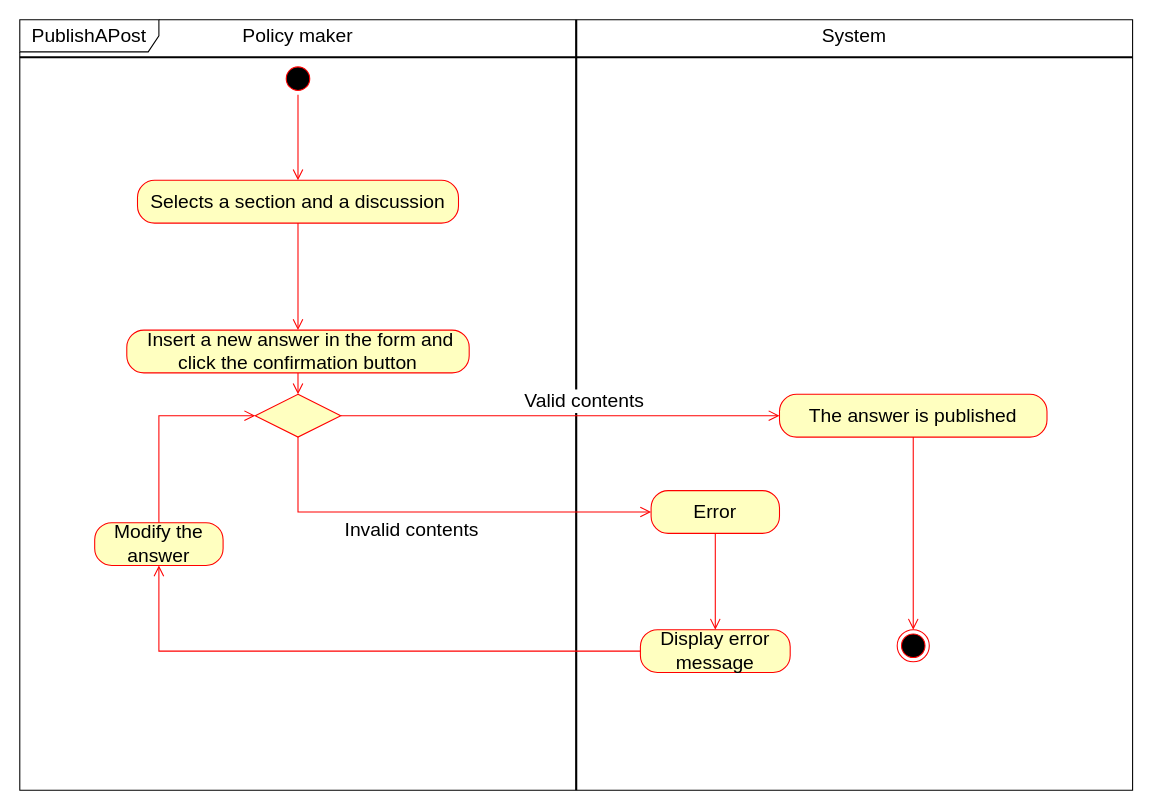
The draw.io diagram page "PublishAPost" (3 of 7) of Use cases diagram/PolicyMaker.drawio in matteovisotto/SE2-CecchettoSirianiVisotto, before the edit. Source tidied: cells renumbered, new cells numbered last; positions are measured from the earlier drawing's top-left corner, leaving out a move shared by most shapes. Both pictures are drawn from the tidied source at 107%, with x=0, y=0 at pixel (19, 19).
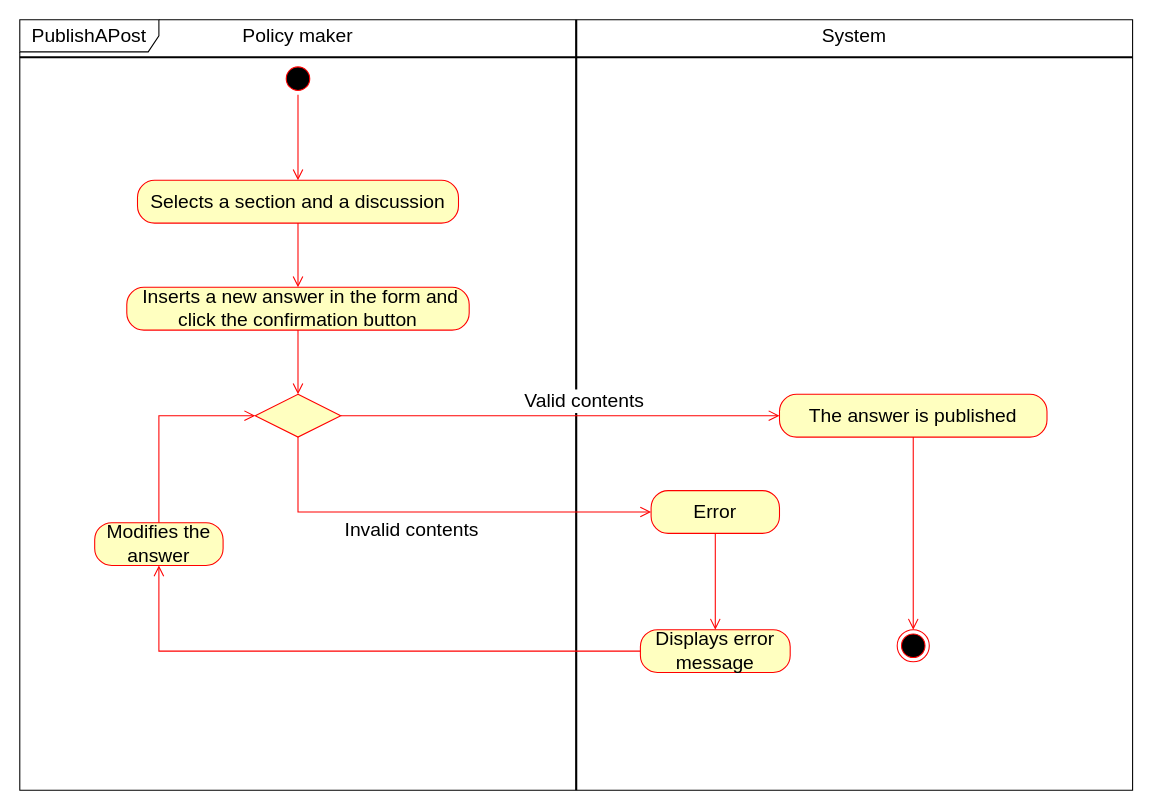
The same diagram, later.

What changed in the source:
```diff
@@
-    <mxCell id="6" value="&lt;font style=&quot;font-size: 18px&quot;&gt;&amp;nbsp;Insert a new answer in the form and click the confirmation button&lt;/font&gt;" style="rounded=1;whiteSpace=wrap;html=1;arcSize=40;fontColor=#000000;fillColor=#ffffc0;strokeColor=#ff0000;" parent="1" vertex="1">
-      <mxGeometry x="100" y="290" width="320" height="40" as="geometry" />
+    <mxCell id="6" value="&lt;font style=&quot;font-size: 18px&quot;&gt;&amp;nbsp;Inserts a new answer in the form and click the confirmation button&lt;/font&gt;" style="rounded=1;whiteSpace=wrap;html=1;arcSize=40;fontColor=#000000;fillColor=#ffffc0;strokeColor=#ff0000;" parent="1" vertex="1">
+      <mxGeometry x="100" y="250" width="320" height="40" as="geometry" />
     </mxCell>
@@
-    <mxCell id="17" value="&lt;font style=&quot;font-size: 18px&quot;&gt;Display error message&lt;/font&gt;" style="rounded=1;whiteSpace=wrap;html=1;arcSize=40;fontColor=#000000;fillColor=#ffffc0;strokeColor=#ff0000;" parent="1" vertex="1">
+    <mxCell id="17" value="&lt;font style=&quot;font-size: 18px&quot;&gt;Displays error message&lt;/font&gt;" style="rounded=1;whiteSpace=wrap;html=1;arcSize=40;fontColor=#000000;fillColor=#ffffc0;strokeColor=#ff0000;" parent="1" vertex="1">
       <mxGeometry x="580" y="570" width="140" height="40" as="geometry" />
     </mxCell>
@@
-    <mxCell id="23" value="&lt;font style=&quot;font-size: 18px&quot;&gt;Modify the answer&lt;/font&gt;" style="rounded=1;whiteSpace=wrap;html=1;arcSize=40;fontColor=#000000;fillColor=#ffffc0;strokeColor=#ff0000;" parent="1" vertex="1">
+    <mxCell id="23" value="&lt;font style=&quot;font-size: 18px&quot;&gt;Modifies the answer&lt;/font&gt;" style="rounded=1;whiteSpace=wrap;html=1;arcSize=40;fontColor=#000000;fillColor=#ffffc0;strokeColor=#ff0000;" parent="1" vertex="1">
       <mxGeometry x="70" y="470" width="120" height="40" as="geometry" />
     </mxCell>
```
